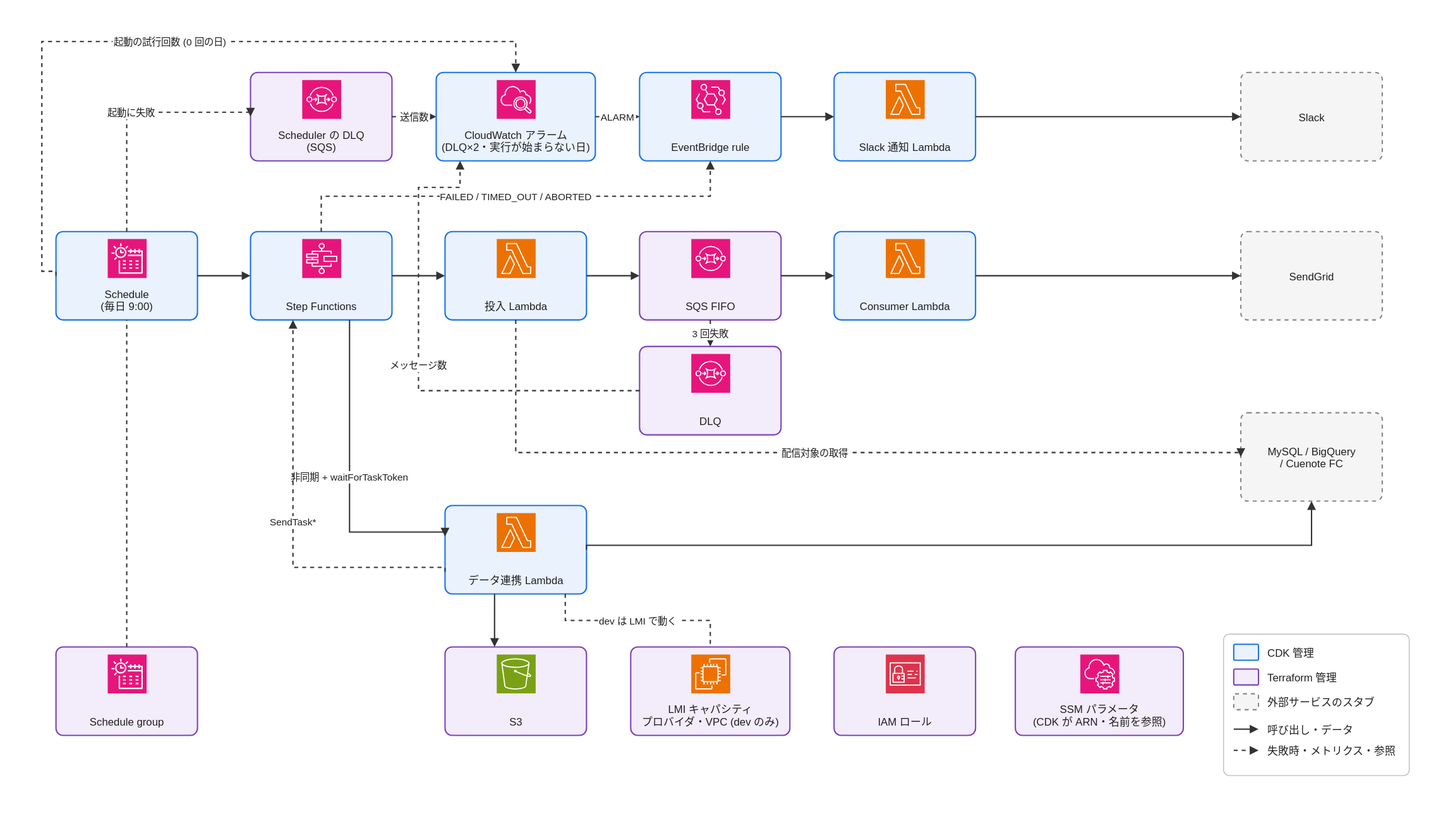
Earlier version of the draw.io export docs/images/architecture.drawio.svg (kojikawazu/serverless-practice-app). Source tidied: cells renumbered, new cells last; positions are measured from the earlier drawing's top-left corner, leaving out a move shared by most shapes.
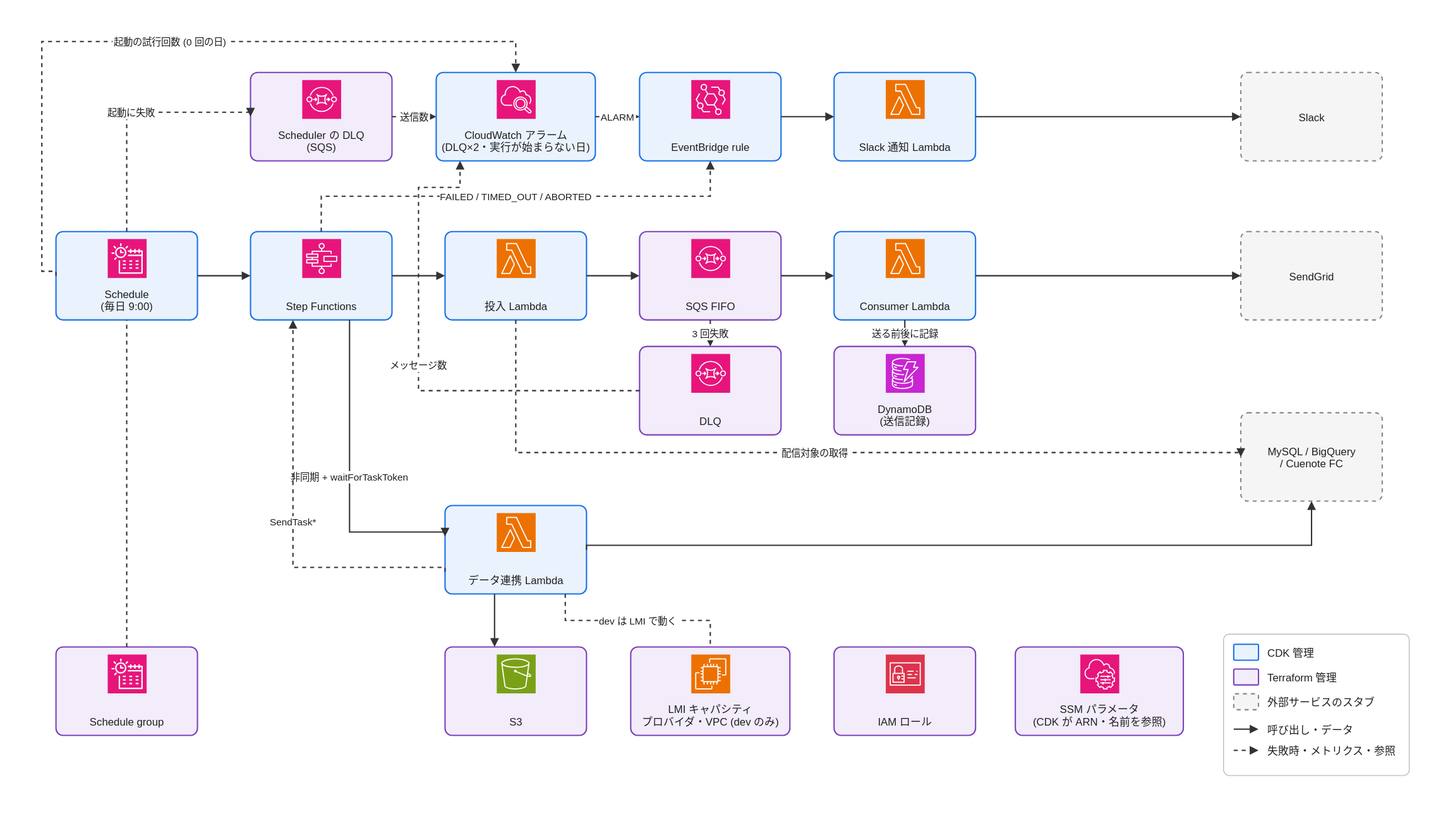
The same file after the commit.

Diff of the diagram source:
```diff
@@ -65,6 +65,12 @@
     <mxCell id="22" style="sketch=0;fontColor=#232F3E;gradientColor=none;strokeColor=#ffffff;fillColor=#E7157B;dashed=0;html=0;shape=mxgraph.aws4.resourceIcon;resIcon=mxgraph.aws4.sqs;" parent="1" vertex="1">
       <mxGeometry x="781" y="400" width="44" height="44" as="geometry" />
     </mxCell>
+    <mxCell id="70" value="DynamoDB&#10;(送信記録)" style="rounded=1;arcSize=8;html=0;fillColor=#F3ECFA;strokeColor=#7B42BC;strokeWidth=1.5;fontSize=12;fontColor=#1F1F1F;verticalAlign=bottom;spacingBottom=6;" parent="1" vertex="1">
+      <mxGeometry x="943" y="392" width="160" height="100" as="geometry" />
+    </mxCell>
+    <mxCell id="71" style="sketch=0;fontColor=#232F3E;gradientColor=none;strokeColor=#ffffff;fillColor=#C925D1;dashed=0;html=0;shape=mxgraph.aws4.resourceIcon;resIcon=mxgraph.aws4.dynamodb;" parent="1" vertex="1">
+      <mxGeometry x="1001" y="400" width="44" height="44" as="geometry" />
+    </mxCell>
     <mxCell id="23" value="データ連携 Lambda" style="rounded=1;arcSize=8;html=0;fillColor=#EAF2FD;strokeColor=#1A73E8;strokeWidth=1.5;fontSize=12;fontColor=#1F1F1F;verticalAlign=bottom;spacingBottom=6;" parent="1" vertex="1">
       <mxGeometry x="503" y="572" width="160" height="100" as="geometry" />
     </mxCell>
@@ -128,6 +134,9 @@
     <mxCell id="43" style="edgeStyle=orthogonalEdgeStyle;rounded=0;html=0;endArrow=block;endFill=1;strokeColor=#333333;strokeWidth=1.5;fontSize=11;fontColor=#1F1F1F;labelBackgroundColor=#FFFFFF;" parent="1" edge="1" source="19" target="36">
       <mxGeometry relative="1" as="geometry" />
     </mxCell>
+    <mxCell id="72" value="送る前後に記録" style="edgeStyle=orthogonalEdgeStyle;rounded=0;html=0;endArrow=block;endFill=1;strokeColor=#333333;strokeWidth=1.5;fontSize=11;fontColor=#1F1F1F;labelBackgroundColor=#FFFFFF;" parent="1" edge="1" source="19" target="70">
+      <mxGeometry relative="1" as="geometry" />
+    </mxCell>
     <mxCell id="44" value="3 回失敗" style="edgeStyle=orthogonalEdgeStyle;rounded=0;html=0;endArrow=block;endFill=1;strokeColor=#333333;strokeWidth=1.5;fontSize=11;fontColor=#1F1F1F;labelBackgroundColor=#FFFFFF;dashed=1;" parent="1" edge="1" source="17" target="21">
       <mxGeometry relative="1" as="geometry" />
     </mxCell>
```
